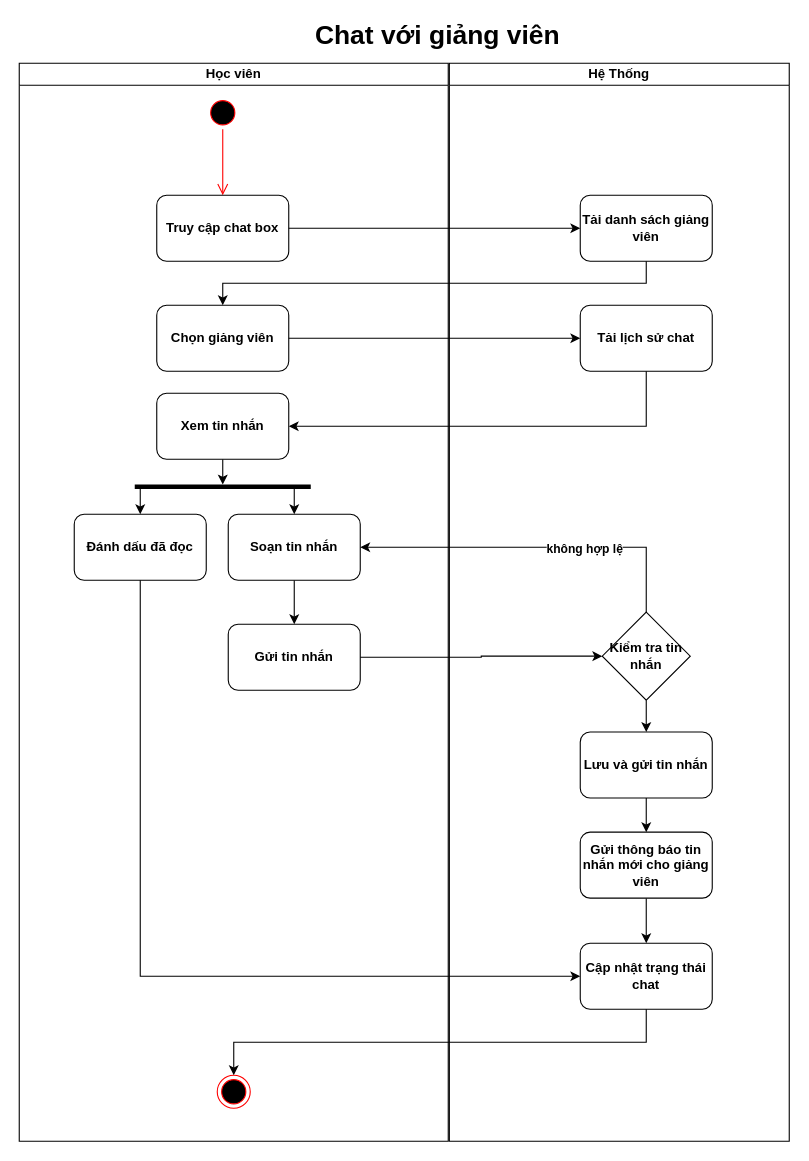
Above: document/ActivityDiagram/ChatStudent-Activity.drawio in toniiplaycode/DNC-Learning (draw.io), before the change. Source tidied: cells renumbered, new cells numbered last; positions are measured from the earlier drawing's top-left corner, leaving out a move shared by most shapes. Both pictures are drawn from the tidied source at 110%, with x=0, y=0 at pixel (19, 19).
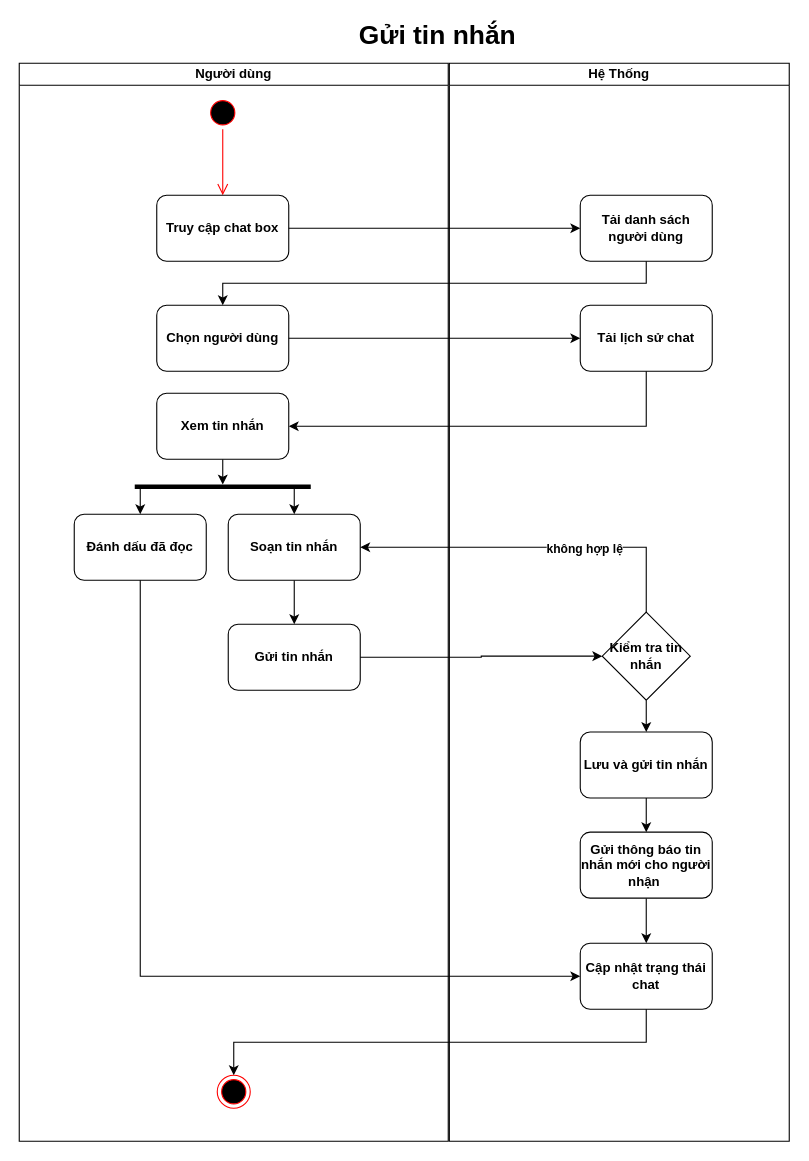
Above is the later version.

The change refers to these unchanged cells:
```xml
<mxCell id="16" value="Hệ Thống" style="swimlane;startSize=20;whiteSpace=wrap;html=1;fontStyle=1;" parent="1" vertex="1">
  <mxGeometry x="391" y="40" width="309" height="980" as="geometry" />
</mxCell>
```

Diff of the diagram source:
```diff
@@
-    <mxCell id="2" value="Học viên" style="swimlane;startSize=20;whiteSpace=wrap;html=1;fontStyle=1;" parent="1" vertex="1">
+    <mxCell id="2" value="Người dùng" style="swimlane;startSize=20;whiteSpace=wrap;html=1;fontStyle=1;" parent="1" vertex="1">
       <mxGeometry y="40" width="390" height="980" as="geometry" />
     </mxCell>
@@
-    <mxCell id="5" value="Chọn giảng viên" style="rounded=1;whiteSpace=wrap;html=1;fontStyle=1;" parent="2" vertex="1">
+    <mxCell id="5" value="Chọn người dùng" style="rounded=1;whiteSpace=wrap;html=1;fontStyle=1;" parent="2" vertex="1">
       <mxGeometry x="125" y="220" width="120" height="60" as="geometry" />
     </mxCell>
@@
-    <mxCell id="17" value="Tải danh sách giảng viên" style="rounded=1;whiteSpace=wrap;html=1;fontStyle=1;" parent="16" vertex="1">
+    <mxCell id="17" value="Tải danh sách người dùng" style="rounded=1;whiteSpace=wrap;html=1;fontStyle=1;" parent="16" vertex="1">
       <mxGeometry x="119" y="120" width="120" height="60" as="geometry" />
     </mxCell>
@@
-    <mxCell id="25" value="Gửi thông báo tin nhắn mới cho giảng viên" style="rounded=1;whiteSpace=wrap;html=1;fontStyle=1;" parent="16" vertex="1">
+    <mxCell id="25" value="Gửi thông báo tin nhắn mới cho người nhận&amp;nbsp;" style="rounded=1;whiteSpace=wrap;html=1;fontStyle=1;" parent="16" vertex="1">
       <mxGeometry x="119" y="699" width="120" height="60" as="geometry" />
     </mxCell>
@@
-    <mxCell id="28" value="&lt;span style=&quot;font-size: 24px;&quot;&gt;Chat với giảng viên&lt;/span&gt;" style="text;html=1;align=center;verticalAlign=middle;whiteSpace=wrap;rounded=0;fontStyle=1;" parent="1" vertex="1">
+    <mxCell id="28" value="&lt;span style=&quot;font-size: 24px;&quot;&gt;Gửi tin nhắn&lt;/span&gt;" style="text;html=1;align=center;verticalAlign=middle;whiteSpace=wrap;rounded=0;fontStyle=1;" parent="1" vertex="1">
       <mxGeometry x="110" width="541" height="30" as="geometry" />
     </mxCell>
```
